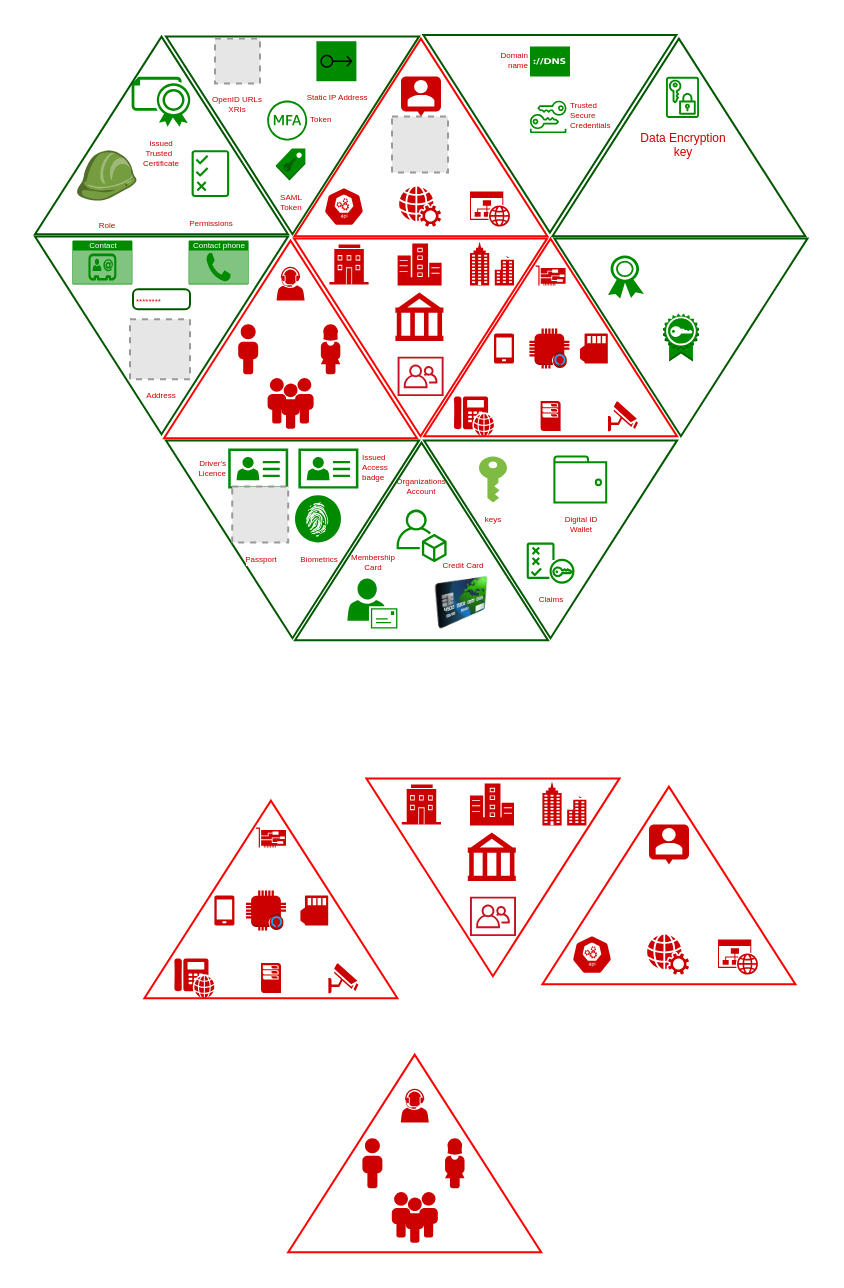
gaurjain/drawio keeps this draw.io diagram as page "Page-1" (1 of 2) of Identity.drawio. Above is the earlier version. Source tidied: cells renumbered, new cells numbered last; positions are measured from the earlier drawing's top-left corner, leaving out a move shared by most shapes. Both pictures are drawn from the tidied source at 200%, with x=0, y=0 at pixel (34, 34). Pictures stored in the file or linked from it are replaced by grey dashed boxes.
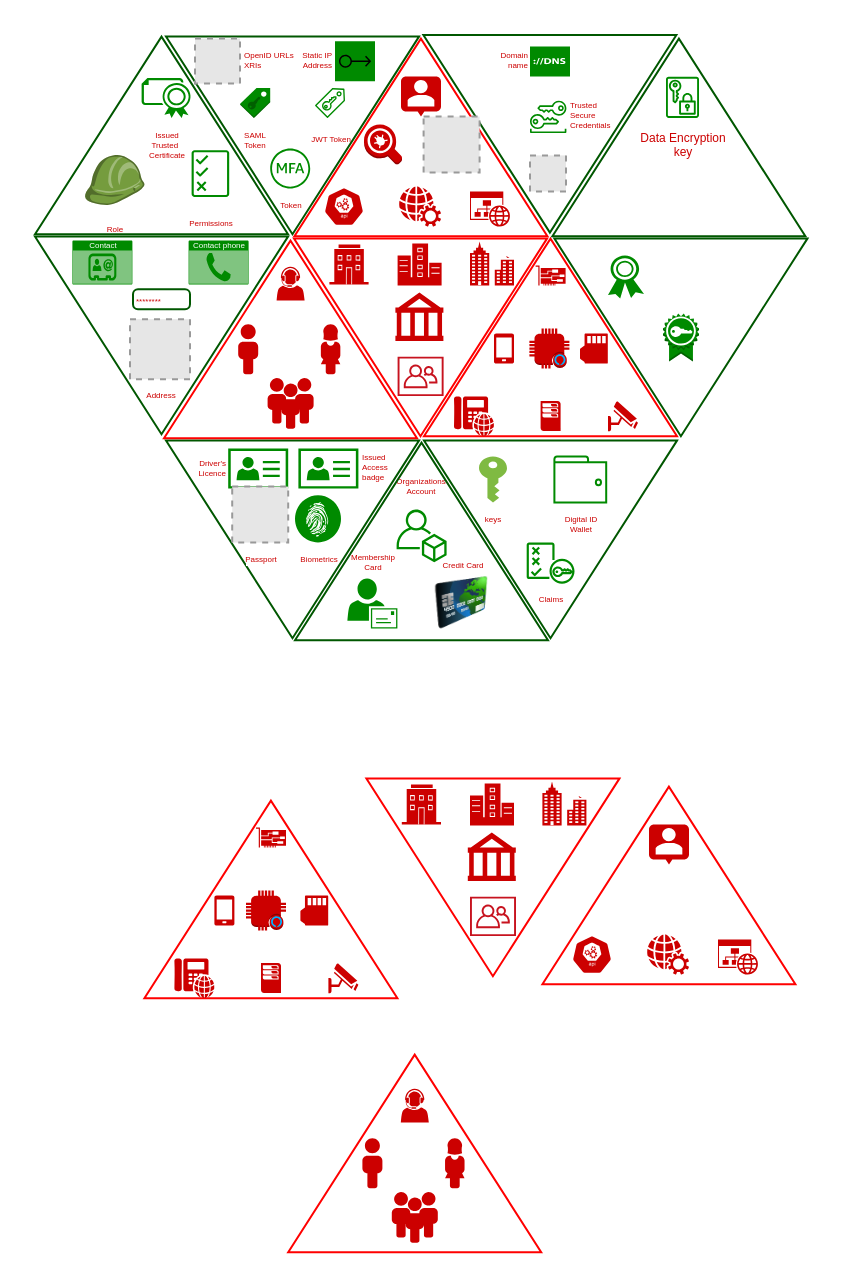
After the change.

The change refers to these unchanged cells:
```xml
<mxCell id="37" style="group;" parent="36" vertex="1">
  <mxGeometry width="320.8" height="198.8" as="geometry" />
</mxCell>
<mxCell id="39" style="group;" parent="37" vertex="1">
  <mxGeometry x="64.2" width="190.1" height="98.8" as="geometry" />
</mxCell>
```

What changed in the source:
```diff
@@
+    <mxCell id="94" style="triangle;whiteSpace=wrap;html=1;shadow=0;strokeColor=#005700;fillColor=none;direction=north;fontColor=#ffffff;" parent="1" vertex="1">
+      <mxGeometry y="0.8" width="126.5" height="98.8" as="geometry" />
+    </mxCell>
@@
     <mxCell id="48" style="fillColor=#E6E6E6;strokeColor=#999999;dashed=1;html=1;verticalAlign=top;verticalLabelPosition=bottom;labelBackgroundColor=#ffffff;fontSize=4;fontColor=#CC0000;" parent="39" vertex="1">
-      <mxGeometry x="48.8" y="39" width="28" height="28" as="geometry" />
+      <mxGeometry x="64.6" y="39" width="28" height="28" as="geometry" />
     </mxCell>
+    <mxCell id="98" style="fillColor=#E6E6E6;strokeColor=#999999;dashed=1;html=1;verticalAlign=top;verticalLabelPosition=bottom;labelBackgroundColor=#ffffff;fontSize=4;fontColor=#CC0000;" parent="39" vertex="1">
+      <mxGeometry x="117.8" y="58.4" width="18" height="18" as="geometry" />
+    </mxCell>
+    <mxCell id="99" style="dashed=0;verticalLabelPosition=bottom;verticalAlign=top;align=center;html=1;shape=mxgraph.aws3.agent;fillColor=#CC0000;labelBackgroundColor=none;strokeWidth=1;fontSize=4;fontColor=#ffffff;strokeColor=none;" parent="39" vertex="1">
+      <mxGeometry x="34.8" y="43" width="19" height="20" as="geometry" />
+    </mxCell>
@@
-    <mxCell id="77" value="Issued&lt;br style=&quot;font-size: 4px;&quot;&gt;Trusted&amp;nbsp;&amp;nbsp;&lt;br style=&quot;font-size: 4px;&quot;&gt;Certificate" style="verticalLabelPosition=bottom;html=1;verticalAlign=top;align=center;strokeColor=none;fillColor=#008a00;shape=mxgraph.azure.certificate;shadow=0;fontSize=4;fontColor=#CC0000;labelBackgroundColor=none;" parent="37" vertex="1">
-      <mxGeometry x="-17.2" y="19.1" width="30" height="25" as="geometry" />
-    </mxCell>
     <mxCell id="78" value="SAML&lt;br&gt;Token" style="dashed=0;verticalLabelPosition=bottom;verticalAlign=top;align=center;html=1;shape=mxgraph.aws3.saml_token;fillColor=#008a00;shadow=0;labelBackgroundColor=none;strokeColor=none;strokeWidth=1;fontSize=4;fontColor=#CC0000;" parent="37" vertex="1">
-      <mxGeometry x="55" y="55" width="14.7" height="16" as="geometry" />
+      <mxGeometry x="37.1" y="24.7" width="15" height="15" as="geometry" />
     </mxCell>
-    <mxCell id="79" value="Token" style="fontColor=#CC0000;fillColor=#008a00;strokeColor=none;dashed=0;verticalLabelPosition=middle;verticalAlign=middle;align=left;html=1;fontSize=4;fontStyle=0;shape=mxgraph.aws4.mfa_token;shadow=0;labelBackgroundColor=none;labelPosition=right;" parent="37" vertex="1">
-      <mxGeometry x="50.6" y="31" width="20" height="20" as="geometry" />
-    </mxCell>
-    <mxCell id="80" value="Static IP Address" style="fontColor=#CC0000;strokeColor=none;fillColor=#008a00;dashed=0;verticalLabelPosition=bottom;verticalAlign=top;align=center;html=1;fontSize=4;fontStyle=0;shape=mxgraph.aws4.resourceIcon;resIcon=mxgraph.aws4.elastic_ip_address;labelBackgroundColor=none;labelPosition=center;" parent="37" vertex="1">
-      <mxGeometry x="75.2" y="1.3" width="20" height="20" as="geometry" />
+    <mxCell id="80" value="Static IP &lt;br&gt;Address" style="fontColor=#CC0000;strokeColor=none;fillColor=#008a00;dashed=0;verticalLabelPosition=middle;verticalAlign=middle;align=right;html=1;fontSize=4;fontStyle=0;shape=mxgraph.aws4.resourceIcon;resIcon=mxgraph.aws4.elastic_ip_address;labelBackgroundColor=none;labelPosition=left;" parent="37" vertex="1">
+      <mxGeometry x="84.5" y="1.3" width="20" height="20" as="geometry" />
     </mxCell>
@@
-    <mxCell id="82" value="OpenID URLs&lt;br&gt;XRIs" style="fillColor=#E6E6E6;strokeColor=#999999;dashed=1;html=1;verticalAlign=top;verticalLabelPosition=bottom;labelBackgroundColor=none;fontSize=4;fontColor=#CC0000;" parent="37" vertex="1">
-      <mxGeometry x="24.5" width="22.5" height="22.5" as="geometry" />
+    <mxCell id="82" value="OpenID URLs&lt;br&gt;XRIs" style="fillColor=#E6E6E6;strokeColor=#999999;dashed=1;html=1;verticalAlign=middle;verticalLabelPosition=middle;labelBackgroundColor=none;fontSize=4;fontColor=#CC0000;labelPosition=right;align=left;" parent="37" vertex="1">
+      <mxGeometry x="14.5" width="22.5" height="22.5" as="geometry" />
     </mxCell>
+    <mxCell id="100" value="&lt;font style=&quot;font-size: 4px&quot;&gt;JWT Token&lt;/font&gt;" style="fontColor=#CC0000;fillColor=#008a00;strokeColor=none;dashed=0;verticalLabelPosition=bottom;verticalAlign=top;align=center;html=1;fontSize=6;fontStyle=0;shape=mxgraph.aws4.saml_token;labelBackgroundColor=none;" parent="37" vertex="1">
+      <mxGeometry x="74.5" y="24.7" width="15" height="15" as="geometry" />
+    </mxCell>
+    <mxCell id="79" value="Token" style="fontColor=#CC0000;fillColor=#008a00;strokeColor=none;dashed=0;verticalLabelPosition=bottom;verticalAlign=top;align=center;html=1;fontSize=4;fontStyle=0;shape=mxgraph.aws4.mfa_token;shadow=0;labelBackgroundColor=none;labelPosition=center;" parent="37" vertex="1">
+      <mxGeometry x="52.1" y="55" width="20" height="20" as="geometry" />
+    </mxCell>
@@
     <mxCell id="93" value="&lt;font style=&quot;font-size: 4px&quot;&gt;Role&lt;/font&gt;" style="dashed=0;verticalLabelPosition=bottom;verticalAlign=top;align=center;html=1;shape=mxgraph.aws3.role;fillColor=#759C3E;gradientColor=none;shadow=0;strokeColor=#FF0000;labelBackgroundColor=none;fontColor=#CC0000;fontSize=8;" parent="1" vertex="1">
-      <mxGeometry x="20.7" y="57.8" width="30" height="25" as="geometry" />
+      <mxGeometry x="24.7" y="60" width="30" height="25" as="geometry" />
     </mxCell>
-    <mxCell id="94" style="triangle;whiteSpace=wrap;html=1;shadow=0;strokeColor=#005700;fillColor=none;direction=north;fontColor=#ffffff;" parent="1" vertex="1">
-      <mxGeometry y="0.8" width="126.5" height="98.8" as="geometry" />
-    </mxCell>
@@
+    <mxCell id="77" value="Issued&lt;br style=&quot;font-size: 4px;&quot;&gt;Trusted&amp;nbsp;&amp;nbsp;&lt;br style=&quot;font-size: 4px;&quot;&gt;Certificate" style="verticalLabelPosition=bottom;html=1;verticalAlign=top;align=center;strokeColor=none;fillColor=#008a00;shape=mxgraph.azure.certificate;shadow=0;fontSize=4;fontColor=#CC0000;labelBackgroundColor=none;" parent="1" vertex="1">
+      <mxGeometry x="53.3" y="21.5" width="25" height="20" as="geometry" />
+    </mxCell>
```
